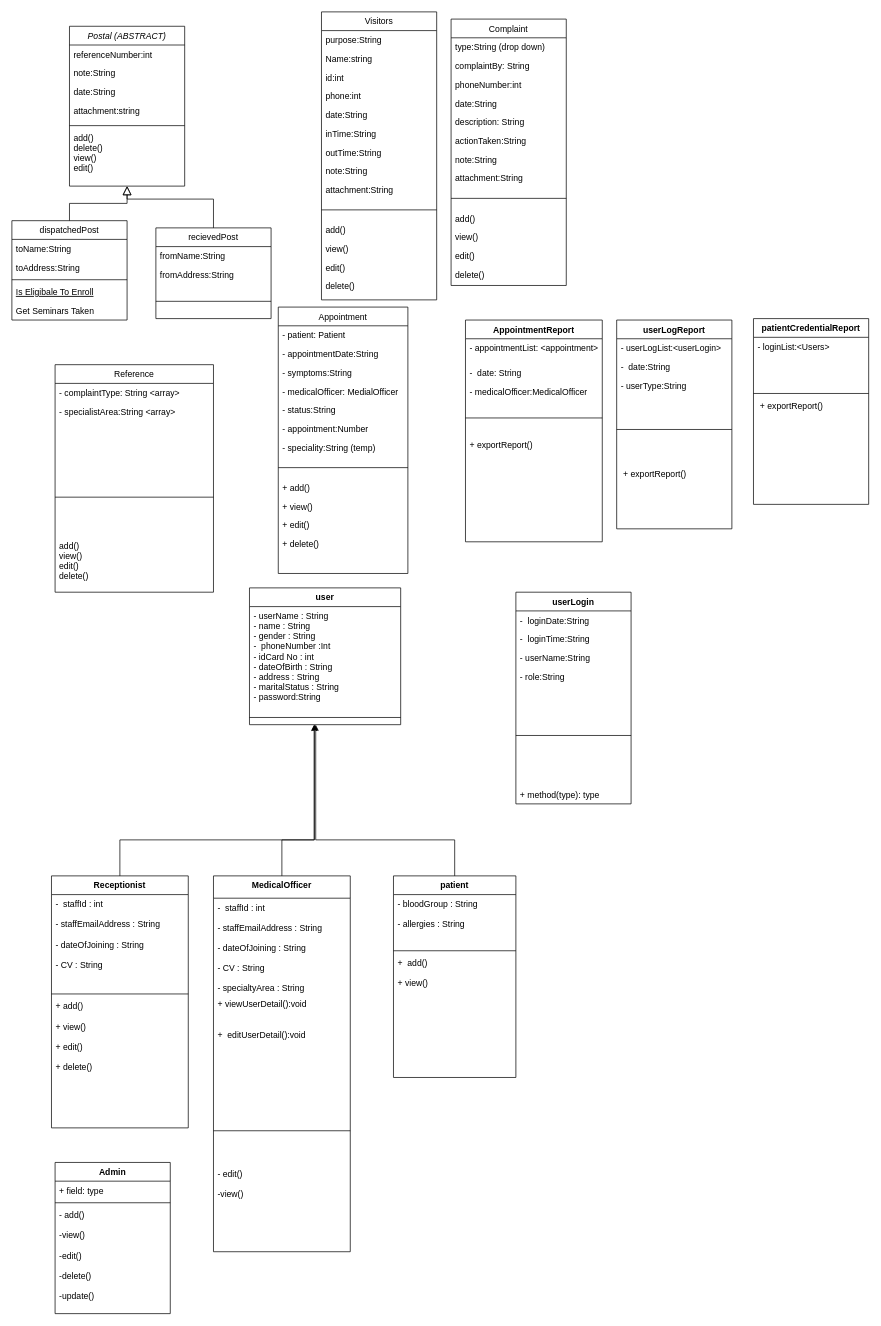
sajath-45/hospital-managment-system-Java-Project keeps this draw.io diagram as page "Page-1" (1 of 2) of class diagram/Untitled Diagram.drawio. Above is the earlier version. Source tidied: cells renumbered, new cells numbered last; positions are measured from the earlier drawing's top-left corner, leaving out a move shared by most shapes. Both pictures are drawn from the tidied source at 72%, with x=0, y=0 at pixel (12, 12).
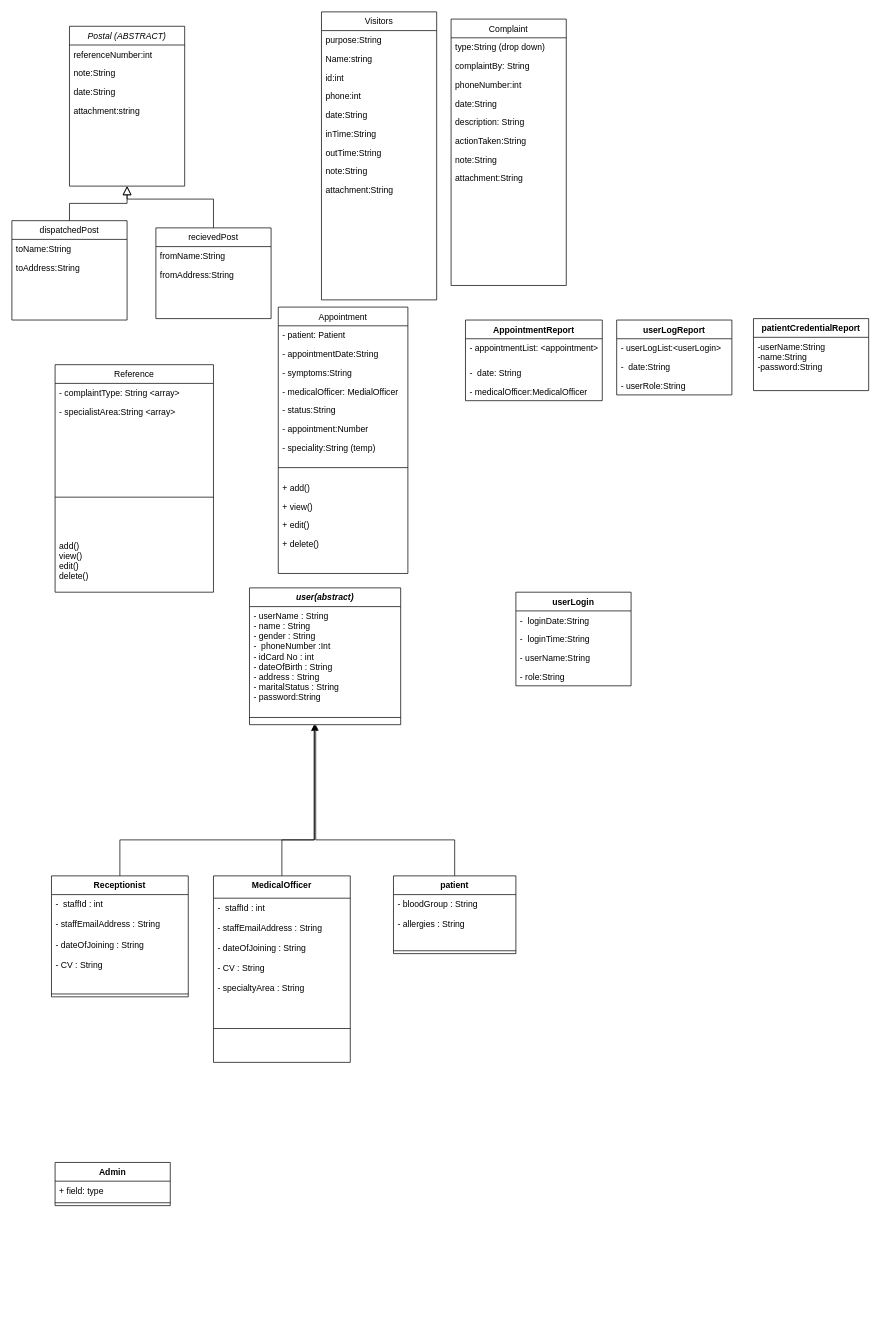
The same page after the edit.

Unchanged cells that the change refers to:
```xml
<mxCell id="2" value="Postal (ABSTRACT)" style="swimlane;fontStyle=2;align=center;verticalAlign=top;horizontal=1;startSize=26;rounded=0;shadow=0;strokeWidth=1;" parent="1" vertex="1">
  <mxGeometry x="80" y="20" width="160" height="222" as="geometry" />
</mxCell>
<mxCell id="9" value="dispatchedPost" style="swimlane;fontStyle=0;align=center;verticalAlign=top;horizontal=1;startSize=26;rounded=0;shadow=0;strokeWidth=1;" parent="1" vertex="1">
  <mxGeometry y="290" width="160" height="138" as="geometry" />
</mxCell>
<mxCell id="16" value="recievedPost" style="swimlane;fontStyle=0;align=center;verticalAlign=top;horizontal=1;startSize=26;rounded=0;shadow=0;strokeWidth=1;" parent="1" vertex="1">
  <mxGeometry x="200" y="300" width="160" height="126" as="geometry" />
</mxCell>
<mxCell id="21" value="Visitors" style="swimlane;fontStyle=0;align=center;verticalAlign=top;horizontal=1;startSize=26;rounded=0;shadow=0;strokeWidth=1;" parent="1" vertex="1">
  <mxGeometry x="430" width="160" height="400" as="geometry" />
</mxCell>
<mxCell id="36" value="Complaint" style="swimlane;fontStyle=0;align=center;verticalAlign=top;horizontal=1;startSize=26;rounded=0;shadow=0;strokeWidth=1;" parent="1" vertex="1">
  <mxGeometry x="610" y="10" width="160" height="370" as="geometry" />
</mxCell>
```

What changed in the source:
```diff
@@
-    <mxCell id="7" style="line;html=1;strokeWidth=1;align=left;verticalAlign=middle;spacingTop=-1;spacingLeft=3;spacingRight=3;labelPosition=right;" parent="2" vertex="1">
-      <mxGeometry y="134" width="160" height="8" as="geometry" />
-    </mxCell>
-    <mxCell id="8" value="add()&#10;delete()&#10;view()&#10;edit()" style="text;align=left;verticalAlign=top;spacingLeft=4;spacingRight=4;overflow=hidden;" parent="2" vertex="1">
-      <mxGeometry y="142" width="160" height="68" as="geometry" />
-    </mxCell>
@@
-    <mxCell id="12" style="line;html=1;strokeWidth=1;align=left;verticalAlign=middle;spacingTop=-1;spacingLeft=3;spacingRight=3;labelPosition=right;" parent="9" vertex="1">
-      <mxGeometry y="78" width="160" height="8" as="geometry" />
-    </mxCell>
-    <mxCell id="13" value="Is Eligibale To Enroll" style="text;align=left;verticalAlign=top;spacingLeft=4;spacingRight=4;overflow=hidden;fontStyle=4;" parent="9" vertex="1">
-      <mxGeometry y="86" width="160" height="26" as="geometry" />
-    </mxCell>
-    <mxCell id="14" value="Get Seminars Taken" style="text;align=left;verticalAlign=top;spacingLeft=4;spacingRight=4;overflow=hidden;" parent="9" vertex="1">
-      <mxGeometry y="112" width="160" height="26" as="geometry" />
-    </mxCell>
@@
-    <mxCell id="19" style="line;html=1;strokeWidth=1;align=left;verticalAlign=middle;spacingTop=-1;spacingLeft=3;spacingRight=3;labelPosition=right;" parent="16" vertex="1">
-      <mxGeometry y="78" width="160" height="48" as="geometry" />
-    </mxCell>
@@
-    <mxCell id="31" style="line;html=1;strokeWidth=1;align=left;verticalAlign=middle;spacingTop=-1;spacingLeft=3;spacingRight=3;labelPosition=right;" parent="21" vertex="1">
-      <mxGeometry y="260" width="160" height="30" as="geometry" />
-    </mxCell>
-    <mxCell id="32" value="add()" style="text;align=left;verticalAlign=top;spacingLeft=4;spacingRight=4;overflow=hidden;" parent="21" vertex="1">
-      <mxGeometry y="290" width="160" height="26" as="geometry" />
-    </mxCell>
-    <mxCell id="33" value="view()" style="text;align=left;verticalAlign=top;spacingLeft=4;spacingRight=4;overflow=hidden;" parent="21" vertex="1">
-      <mxGeometry y="316" width="160" height="26" as="geometry" />
-    </mxCell>
-    <mxCell id="34" value="edit()" style="text;align=left;verticalAlign=top;spacingLeft=4;spacingRight=4;overflow=hidden;" parent="21" vertex="1">
-      <mxGeometry y="342" width="160" height="26" as="geometry" />
-    </mxCell>
-    <mxCell id="35" value="delete()" style="text;align=left;verticalAlign=top;spacingLeft=4;spacingRight=4;overflow=hidden;" parent="21" vertex="1">
-      <mxGeometry y="368" width="160" height="28" as="geometry" />
-    </mxCell>
@@
-    <mxCell id="45" style="line;html=1;strokeWidth=1;align=left;verticalAlign=middle;spacingTop=-1;spacingLeft=3;spacingRight=3;labelPosition=right;" parent="36" vertex="1">
-      <mxGeometry y="234" width="160" height="30" as="geometry" />
-    </mxCell>
-    <mxCell id="46" value="add()" style="text;align=left;verticalAlign=top;spacingLeft=4;spacingRight=4;overflow=hidden;" parent="36" vertex="1">
-      <mxGeometry y="264" width="160" height="26" as="geometry" />
-    </mxCell>
-    <mxCell id="47" value="view()" style="text;align=left;verticalAlign=top;spacingLeft=4;spacingRight=4;overflow=hidden;" parent="36" vertex="1">
-      <mxGeometry y="290" width="160" height="26" as="geometry" />
-    </mxCell>
-    <mxCell id="48" value="edit()" style="text;align=left;verticalAlign=top;spacingLeft=4;spacingRight=4;overflow=hidden;" parent="36" vertex="1">
-      <mxGeometry y="316" width="160" height="26" as="geometry" />
-    </mxCell>
-    <mxCell id="49" value="delete()" style="text;align=left;verticalAlign=top;spacingLeft=4;spacingRight=4;overflow=hidden;" parent="36" vertex="1">
-      <mxGeometry y="342" width="160" height="28" as="geometry" />
-    </mxCell>
@@
-    <mxCell id="68" value="user" style="swimlane;fontStyle=1;align=center;verticalAlign=top;horizontal=1;startSize=26;" parent="1" vertex="1">
+    <mxCell id="68" value="user(abstract)" style="swimlane;fontStyle=3;align=center;verticalAlign=top;horizontal=1;startSize=26;" parent="1" vertex="1">
       <mxGeometry x="330" y="800" width="210" height="190" as="geometry" />
     </mxCell>
@@
     <mxCell id="72" value="Receptionist" style="swimlane;fontStyle=1;align=center;verticalAlign=top;horizontal=1;startSize=26;" parent="1" vertex="1">
-      <mxGeometry x="55" y="1200" width="190" height="350" as="geometry" />
+      <mxGeometry x="55" y="1200" width="190" height="168" as="geometry" />
     </mxCell>
@@
-    <mxCell id="75" value="+ add()&#10;&#10;+ view()&#10;&#10;+ edit()&#10;&#10;+ delete()" style="text;strokeColor=none;fillColor=none;align=left;verticalAlign=top;spacingLeft=4;spacingRight=4;overflow=hidden;" parent="72" vertex="1">
-      <mxGeometry y="168" width="190" height="182" as="geometry" />
-    </mxCell>
@@
     <mxCell id="77" value="MedicalOfficer" style="swimlane;fontStyle=1;align=center;verticalAlign=top;horizontal=1;startSize=31;" parent="1" vertex="1">
-      <mxGeometry x="280" y="1200" width="190" height="522" as="geometry" />
+      <mxGeometry x="280" y="1200" width="190" height="259" as="geometry" />
     </mxCell>
@@
-    <mxCell id="79" value="+ viewUserDetail():void&#10;&#10;&#10;+  editUserDetail():void" style="text;strokeColor=none;fillColor=none;align=left;verticalAlign=top;spacingLeft=4;spacingRight=4;overflow=hidden;" parent="77" vertex="1">
-      <mxGeometry y="165" width="190" height="142" as="geometry" />
-    </mxCell>
     <mxCell id="80" style="line;strokeWidth=1;fillColor=none;align=left;verticalAlign=middle;spacingTop=-1;spacingLeft=3;spacingRight=3;labelPosition=right;" parent="77" vertex="1">
-      <mxGeometry y="307" width="190" height="94" as="geometry" />
+      <mxGeometry y="165" width="190" height="94" as="geometry" />
     </mxCell>
-    <mxCell id="81" value="- edit()&#10;&#10;-view()&#10;&#10;&#10;&#10;" style="text;strokeColor=none;fillColor=none;align=left;verticalAlign=top;spacingLeft=4;spacingRight=4;overflow=hidden;" parent="77" vertex="1">
-      <mxGeometry y="401" width="190" height="121" as="geometry" />
-    </mxCell>
@@
     <mxCell id="83" value="patient" style="swimlane;fontStyle=1;align=center;verticalAlign=top;horizontal=1;startSize=26;" parent="1" vertex="1">
-      <mxGeometry x="530" y="1200" width="170" height="280" as="geometry" />
+      <mxGeometry x="530" y="1200" width="170" height="108" as="geometry" />
     </mxCell>
@@
-    <mxCell id="86" value="+  add()&#10;&#10;+ view()" style="text;strokeColor=none;fillColor=none;align=left;verticalAlign=top;spacingLeft=4;spacingRight=4;overflow=hidden;" parent="83" vertex="1">
-      <mxGeometry y="108" width="170" height="172" as="geometry" />
-    </mxCell>
     <mxCell id="87" value="AppointmentReport" style="swimlane;fontStyle=1;align=center;verticalAlign=top;horizontal=1;startSize=26;" parent="1" vertex="1">
-      <mxGeometry x="630" y="428" width="190" height="308" as="geometry" />
+      <mxGeometry x="630" y="428" width="190" height="112" as="geometry" />
     </mxCell>
@@
-    <mxCell id="91" style="line;strokeWidth=1;fillColor=none;align=left;verticalAlign=middle;spacingTop=-1;spacingLeft=3;spacingRight=3;labelPosition=right;" parent="87" vertex="1">
-      <mxGeometry y="112" width="190" height="48" as="geometry" />
-    </mxCell>
-    <mxCell id="92" value="+ exportReport()" style="text;strokeColor=none;fillColor=none;align=left;verticalAlign=top;spacingLeft=4;spacingRight=4;overflow=hidden;" parent="87" vertex="1">
-      <mxGeometry y="160" width="190" height="148" as="geometry" />
-    </mxCell>
     <mxCell id="93" value="userLogReport" style="swimlane;fontStyle=1;align=center;verticalAlign=top;horizontal=1;startSize=26;" parent="1" vertex="1">
-      <mxGeometry x="840" y="428" width="160" height="290" as="geometry" />
+      <mxGeometry x="840" y="428" width="160" height="104" as="geometry" />
     </mxCell>
@@
-    <mxCell id="96" value="- userType:String" style="text;strokeColor=none;fillColor=none;align=left;verticalAlign=top;spacingLeft=4;spacingRight=4;overflow=hidden;" parent="93" vertex="1">
+    <mxCell id="96" value="- userRole:String" style="text;strokeColor=none;fillColor=none;align=left;verticalAlign=top;spacingLeft=4;spacingRight=4;overflow=hidden;" parent="93" vertex="1">
       <mxGeometry y="78" width="160" height="26" as="geometry" />
     </mxCell>
-    <mxCell id="97" style="line;strokeWidth=1;fillColor=none;align=left;verticalAlign=middle;spacingTop=-1;spacingLeft=3;spacingRight=3;labelPosition=right;" parent="93" vertex="1">
-      <mxGeometry y="104" width="160" height="96" as="geometry" />
-    </mxCell>
-    <mxCell id="98" value=" + exportReport()" style="text;strokeColor=none;fillColor=none;align=left;verticalAlign=top;spacingLeft=4;spacingRight=4;overflow=hidden;" parent="93" vertex="1">
-      <mxGeometry y="200" width="160" height="90" as="geometry" />
-    </mxCell>
     <mxCell id="99" value="patientCredentialReport" style="swimlane;fontStyle=1;align=center;verticalAlign=top;horizontal=1;startSize=26;" parent="1" vertex="1">
-      <mxGeometry x="1030" y="426" width="160" height="258" as="geometry" />
+      <mxGeometry x="1030" y="426" width="160" height="100" as="geometry" />
     </mxCell>
-    <mxCell id="100" value="- loginList:&lt;Users&gt;" style="text;strokeColor=none;fillColor=none;align=left;verticalAlign=top;spacingLeft=4;spacingRight=4;overflow=hidden;" parent="99" vertex="1">
+    <mxCell id="100" value="-userName:String&#10;-name:String&#10;-password:String" style="text;strokeColor=none;fillColor=none;align=left;verticalAlign=top;spacingLeft=4;spacingRight=4;overflow=hidden;" parent="99" vertex="1">
       <mxGeometry y="26" width="160" height="74" as="geometry" />
     </mxCell>
-    <mxCell id="101" style="line;strokeWidth=1;fillColor=none;align=left;verticalAlign=middle;spacingTop=-1;spacingLeft=3;spacingRight=3;labelPosition=right;" parent="99" vertex="1">
-      <mxGeometry y="100" width="160" height="8" as="geometry" />
-    </mxCell>
-    <mxCell id="102" value=" + exportReport()" style="text;strokeColor=none;fillColor=none;align=left;verticalAlign=top;spacingLeft=4;spacingRight=4;overflow=hidden;" parent="99" vertex="1">
-      <mxGeometry y="108" width="160" height="150" as="geometry" />
-    </mxCell>
     <mxCell id="103" value="userLogin" style="swimlane;fontStyle=1;align=center;verticalAlign=top;horizontal=1;startSize=26;" parent="1" vertex="1">
-      <mxGeometry x="700" y="806" width="160" height="294" as="geometry" />
+      <mxGeometry x="700" y="806" width="160" height="130" as="geometry" />
     </mxCell>
@@
-    <mxCell id="108" style="line;strokeWidth=1;fillColor=none;align=left;verticalAlign=middle;spacingTop=-1;spacingLeft=3;spacingRight=3;labelPosition=right;" parent="103" vertex="1">
-      <mxGeometry y="130" width="160" height="138" as="geometry" />
-    </mxCell>
-    <mxCell id="109" value="+ method(type): type" style="text;strokeColor=none;fillColor=none;align=left;verticalAlign=top;spacingLeft=4;spacingRight=4;overflow=hidden;" parent="103" vertex="1">
-      <mxGeometry y="268" width="160" height="26" as="geometry" />
-    </mxCell>
     <mxCell id="110" value="Admin" style="swimlane;fontStyle=1;align=center;verticalAlign=top;horizontal=1;startSize=26;" parent="1" vertex="1">
-      <mxGeometry x="60" y="1598" width="160" height="210" as="geometry" />
+      <mxGeometry x="60" y="1598" width="160" height="60" as="geometry" />
     </mxCell>
@@
-    <mxCell id="113" value="- add()&#10;&#10;-view()&#10;&#10;-edit()&#10;&#10;-delete()&#10;&#10;-update()&#10;&#10;&#10;" style="text;strokeColor=none;fillColor=none;align=left;verticalAlign=top;spacingLeft=4;spacingRight=4;overflow=hidden;" parent="110" vertex="1">
-      <mxGeometry y="60" width="160" height="150" as="geometry" />
-    </mxCell>
```
